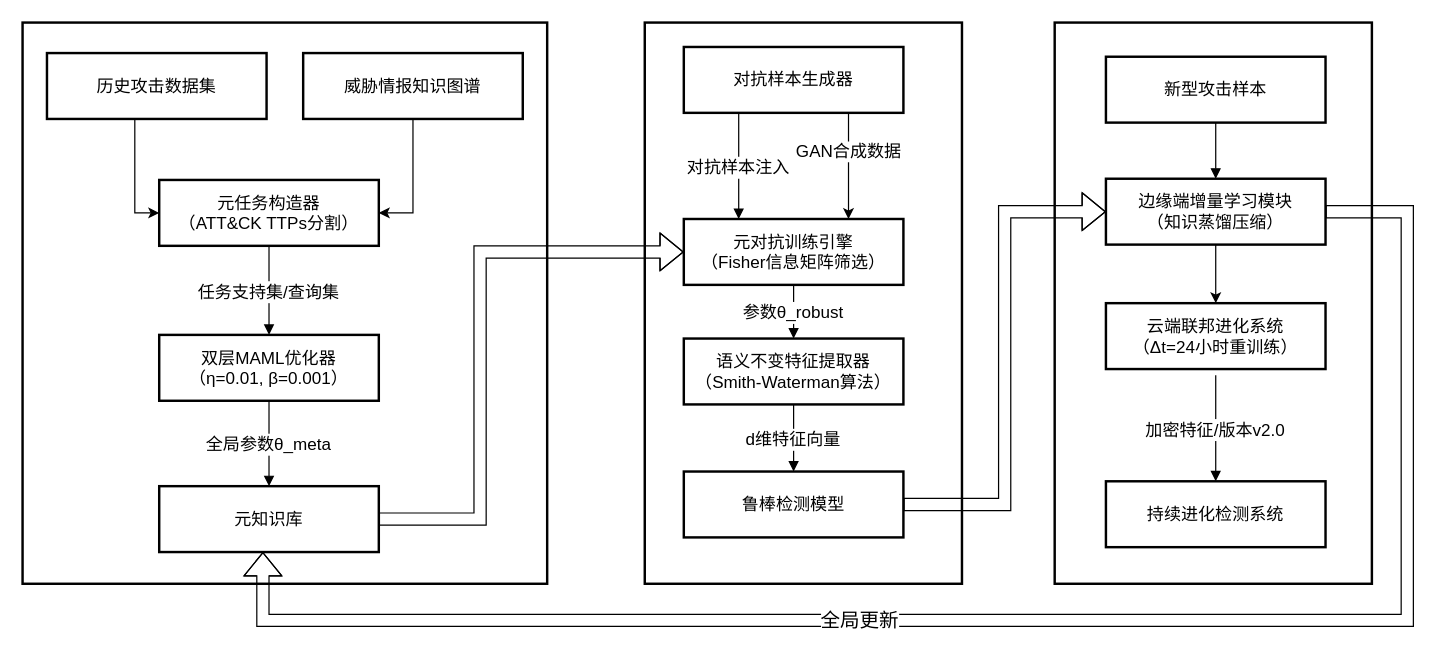
Before: 元学习动态检测模型.drawio in shanhuaV/shanhuaV.github.io, a draw.io diagram. Source tidied: cells renumbered, new cells numbered last; positions are measured from the earlier drawing's top-left corner, leaving out a move shared by most shapes. Both pictures are drawn from the tidied source at 122%, with x=0, y=0 at pixel (22, 22).
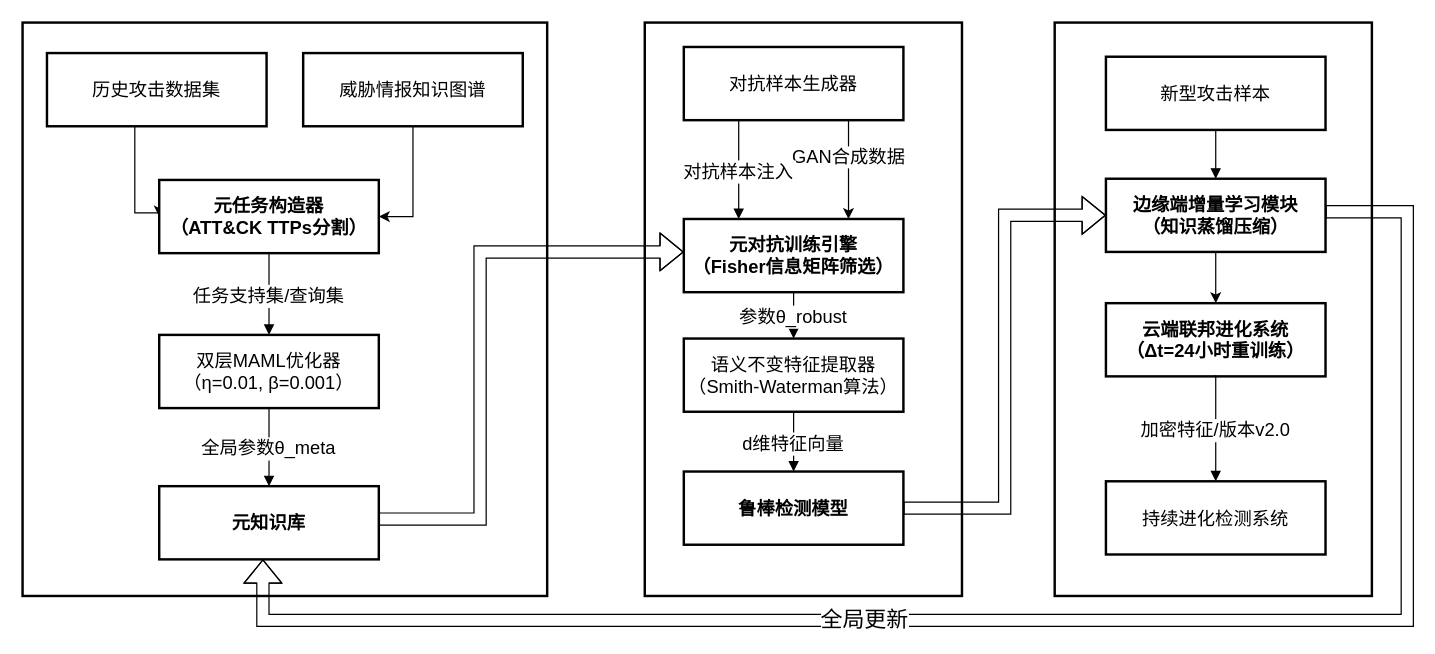
Above is the later version.

Commit message:
更新元学习动态检测模型.drawio

Diff of the diagram source:
```diff
@@
-    <mxCell id="2" style="whiteSpace=wrap;strokeWidth=2;fontSize=14;" parent="1" vertex="1">
-      <mxGeometry x="846" width="260" height="460" as="geometry" />
+    <mxCell id="2" style="whiteSpace=wrap;strokeWidth=2;fontSize=15;" parent="1" vertex="1">
+      <mxGeometry x="846" width="260" height="470" as="geometry" />
     </mxCell>
-    <mxCell id="3" style="whiteSpace=wrap;strokeWidth=2;fontSize=14;" parent="1" vertex="1">
-      <mxGeometry x="510" width="260" height="460" as="geometry" />
+    <mxCell id="3" style="whiteSpace=wrap;strokeWidth=2;fontSize=15;" parent="1" vertex="1">
+      <mxGeometry x="510" width="260" height="470" as="geometry" />
     </mxCell>
-    <mxCell id="4" style="whiteSpace=wrap;strokeWidth=2;fontSize=14;" parent="1" vertex="1">
-      <mxGeometry width="430" height="460" as="geometry" />
+    <mxCell id="4" style="whiteSpace=wrap;strokeWidth=2;fontSize=15;" parent="1" vertex="1">
+      <mxGeometry width="430" height="470" as="geometry" />
     </mxCell>
-    <mxCell id="5" style="edgeStyle=orthogonalEdgeStyle;rounded=0;jettySize=auto;html=1;entryX=0;entryY=0.5;entryDx=0;entryDy=0;fontSize=14;" parent="1" edge="1" source="6" target="7">
+    <mxCell id="5" style="edgeStyle=orthogonalEdgeStyle;rounded=0;jettySize=auto;html=1;entryX=0;entryY=0.5;entryDx=0;entryDy=0;fontSize=15;" parent="1" edge="1" source="6" target="7">
       <mxGeometry relative="1" as="geometry">
         <Array as="points">
           <mxPoint x="92" y="156" />
         </Array>
       </mxGeometry>
     </mxCell>
-    <mxCell id="6" value="历史攻击数据集" style="whiteSpace=wrap;strokeWidth=2;fontSize=14;" parent="1" vertex="1">
-      <mxGeometry x="20" y="25" width="180" height="54" as="geometry" />
+    <mxCell id="6" value="历史攻击数据集" style="whiteSpace=wrap;strokeWidth=2;fontSize=15;" parent="1" vertex="1">
+      <mxGeometry x="20" y="25" width="180" height="60" as="geometry" />
     </mxCell>
-    <mxCell id="7" value="元任务构造器&#10;（ATT&amp;CK TTPs分割）" style="whiteSpace=wrap;strokeWidth=2;fontSize=14;" parent="1" vertex="1">
-      <mxGeometry x="112" y="129" width="180" height="54" as="geometry" />
+    <mxCell id="7" value="元任务构造器&#10;（ATT&amp;CK TTPs分割）" style="whiteSpace=wrap;strokeWidth=2;fontSize=15;fontStyle=1;" parent="1" vertex="1">
+      <mxGeometry x="112" y="129" width="180" height="60" as="geometry" />
     </mxCell>
-    <mxCell id="8" style="edgeStyle=orthogonalEdgeStyle;rounded=0;jettySize=auto;html=1;entryX=1;entryY=0.5;entryDx=0;entryDy=0;fontSize=14;" parent="1" edge="1" source="9" target="7">
+    <mxCell id="8" style="edgeStyle=orthogonalEdgeStyle;rounded=0;jettySize=auto;html=1;entryX=1;entryY=0.5;entryDx=0;entryDy=0;fontSize=15;" parent="1" edge="1" source="9" target="7">
       <mxGeometry relative="1" as="geometry" />
     </mxCell>
-    <mxCell id="9" value="威胁情报知识图谱" style="whiteSpace=wrap;strokeWidth=2;fontSize=14;" parent="1" vertex="1">
-      <mxGeometry x="230" y="25" width="180" height="54" as="geometry" />
+    <mxCell id="9" value="威胁情报知识图谱" style="whiteSpace=wrap;strokeWidth=2;fontSize=15;" parent="1" vertex="1">
+      <mxGeometry x="230" y="25" width="180" height="60" as="geometry" />
     </mxCell>
-    <mxCell id="10" value="双层MAML优化器&#10;（η=0.01, β=0.001）" style="whiteSpace=wrap;strokeWidth=2;fontSize=14;" parent="1" vertex="1">
-      <mxGeometry x="112" y="256" width="180" height="54" as="geometry" />
+    <mxCell id="10" value="双层MAML优化器&#10;（η=0.01, β=0.001）" style="whiteSpace=wrap;strokeWidth=2;fontSize=15;" parent="1" vertex="1">
+      <mxGeometry x="112" y="256" width="180" height="60" as="geometry" />
     </mxCell>
-    <mxCell id="11" style="edgeStyle=orthogonalEdgeStyle;rounded=0;jettySize=auto;html=1;entryX=0;entryY=0.5;entryDx=0;entryDy=0;shape=flexArrow;fontSize=14;" parent="1" edge="1" source="12" target="13">
+    <mxCell id="11" style="edgeStyle=orthogonalEdgeStyle;rounded=0;jettySize=auto;html=1;shape=flexArrow;fontSize=15;" parent="1" edge="1" source="12" target="13">
       <mxGeometry relative="1" as="geometry">
         <Array as="points">
           <mxPoint x="375" y="407" />
           <mxPoint x="375" y="188" />
         </Array>
       </mxGeometry>
     </mxCell>
-    <mxCell id="12" value="元知识库" style="whiteSpace=wrap;strokeWidth=2;fontSize=14;" parent="1" vertex="1">
-      <mxGeometry x="112" y="380" width="180" height="54" as="geometry" />
+    <mxCell id="12" value="元知识库" style="whiteSpace=wrap;strokeWidth=2;fontSize=15;fontStyle=1;" parent="1" vertex="1">
+      <mxGeometry x="112" y="380" width="180" height="60" as="geometry" />
     </mxCell>
-    <mxCell id="13" value="元对抗训练引擎&#10;（Fisher信息矩阵筛选）" style="whiteSpace=wrap;strokeWidth=2;fontSize=14;" parent="1" vertex="1">
-      <mxGeometry x="542" y="161" width="180" height="54" as="geometry" />
+    <mxCell id="13" value="元对抗训练引擎&#10;（Fisher信息矩阵筛选）" style="whiteSpace=wrap;strokeWidth=2;fontSize=15;fontStyle=1;" parent="1" vertex="1">
+      <mxGeometry x="542" y="161" width="180" height="60" as="geometry" />
     </mxCell>
-    <mxCell id="14" style="edgeStyle=orthogonalEdgeStyle;rounded=0;jettySize=auto;html=1;entryX=0.75;entryY=0;entryDx=0;entryDy=0;exitX=0.75;exitY=1;exitDx=0;exitDy=0;fontSize=14;" parent="1" edge="1" source="16" target="13">
+    <mxCell id="14" style="edgeStyle=orthogonalEdgeStyle;rounded=0;jettySize=auto;html=1;entryX=0.75;entryY=0;entryDx=0;entryDy=0;exitX=0.75;exitY=1;exitDx=0;exitDy=0;fontSize=15;" parent="1" edge="1" source="16" target="13">
       <mxGeometry relative="1" as="geometry" />
     </mxCell>
-    <mxCell id="15" value="GAN合成数据" style="edgeLabel;html=1;align=center;verticalAlign=middle;fontSize=14;" parent="14" vertex="1">
+    <mxCell id="15" value="GAN合成数据" style="edgeLabel;html=1;align=center;verticalAlign=middle;fontSize=15;" parent="14" vertex="1">
       <mxGeometry x="-0.28" y="-1" relative="1" as="geometry" />
     </mxCell>
-    <mxCell id="16" value="对抗样本生成器" style="whiteSpace=wrap;strokeWidth=2;fontSize=14;" parent="1" vertex="1">
-      <mxGeometry x="542" y="20" width="180" height="54" as="geometry" />
+    <mxCell id="16" value="对抗样本生成器" style="whiteSpace=wrap;strokeWidth=2;fontSize=15;" parent="1" vertex="1">
+      <mxGeometry x="542" y="20" width="180" height="60" as="geometry" />
     </mxCell>
-    <mxCell id="17" value="语义不变特征提取器&#10;（Smith-Waterman算法）" style="whiteSpace=wrap;strokeWidth=2;fontSize=14;" parent="1" vertex="1">
-      <mxGeometry x="542" y="259" width="180" height="54" as="geometry" />
+    <mxCell id="17" value="语义不变特征提取器&#10;（Smith-Waterman算法）" style="whiteSpace=wrap;strokeWidth=2;fontSize=15;" parent="1" vertex="1">
+      <mxGeometry x="542" y="259" width="180" height="60" as="geometry" />
     </mxCell>
-    <mxCell id="18" style="edgeStyle=orthogonalEdgeStyle;rounded=0;jettySize=auto;html=1;entryX=0;entryY=0.5;entryDx=0;entryDy=0;shape=flexArrow;fontSize=14;" parent="1" edge="1" source="19" target="24">
+    <mxCell id="18" style="edgeStyle=orthogonalEdgeStyle;rounded=0;jettySize=auto;html=1;entryX=0;entryY=0.5;entryDx=0;entryDy=0;shape=flexArrow;fontSize=15;" parent="1" edge="1" source="19" target="24">
       <mxGeometry relative="1" as="geometry" />
     </mxCell>
-    <mxCell id="19" value="鲁棒检测模型" style="whiteSpace=wrap;strokeWidth=2;fontSize=14;" parent="1" vertex="1">
-      <mxGeometry x="542" y="368" width="180" height="54" as="geometry" />
+    <mxCell id="19" value="鲁棒检测模型" style="whiteSpace=wrap;strokeWidth=2;fontSize=15;fontStyle=1;" parent="1" vertex="1">
+      <mxGeometry x="542" y="368" width="180" height="60" as="geometry" />
     </mxCell>
-    <mxCell id="20" value="新型攻击样本" style="whiteSpace=wrap;strokeWidth=2;fontSize=14;" parent="1" vertex="1">
-      <mxGeometry x="888" y="28" width="180" height="54" as="geometry" />
+    <mxCell id="20" value="新型攻击样本" style="whiteSpace=wrap;strokeWidth=2;fontSize=15;" parent="1" vertex="1">
+      <mxGeometry x="888" y="28" width="180" height="60" as="geometry" />
     </mxCell>
-    <mxCell id="21" style="edgeStyle=orthogonalEdgeStyle;rounded=0;jettySize=auto;html=1;entryX=0.5;entryY=0;entryDx=0;entryDy=0;fontSize=14;" parent="1" edge="1" source="24" target="25">
+    <mxCell id="21" style="edgeStyle=orthogonalEdgeStyle;rounded=0;jettySize=auto;html=1;entryX=0.5;entryY=0;entryDx=0;entryDy=0;fontSize=15;" parent="1" edge="1" source="24" target="25">
       <mxGeometry relative="1" as="geometry" />
     </mxCell>
-    <mxCell id="22" style="edgeStyle=orthogonalEdgeStyle;rounded=0;jettySize=auto;html=1;shape=flexArrow;fontSize=14;" parent="1" edge="1" source="24" target="12">
+    <mxCell id="22" style="edgeStyle=orthogonalEdgeStyle;rounded=0;jettySize=auto;html=1;shape=flexArrow;fontSize=15;" parent="1" edge="1" source="24" target="12">
       <mxGeometry relative="1" as="geometry">
         <Array as="points">
           <mxPoint x="1135" y="155" />
           <mxPoint x="1135" y="490" />
           <mxPoint x="197" y="490" />
         </Array>
       </mxGeometry>
     </mxCell>
-    <mxCell id="23" value="全局更新" style="edgeLabel;html=1;align=center;verticalAlign=middle;fontSize=16;" parent="22" vertex="1">
+    <mxCell id="23" value="全局更新" style="edgeLabel;html=1;align=center;verticalAlign=middle;fontSize=18;" parent="22" vertex="1">
       <mxGeometry x="0.22" y="-1" relative="1" as="geometry" />
     </mxCell>
-    <mxCell id="24" value="边缘端增量学习模块&#10;（知识蒸馏压缩）" style="whiteSpace=wrap;strokeWidth=2;fontSize=14;" parent="1" vertex="1">
-      <mxGeometry x="888" y="128" width="180" height="54" as="geometry" />
+    <mxCell id="24" value="边缘端增量学习模块&#10;（知识蒸馏压缩）" style="whiteSpace=wrap;strokeWidth=2;fontSize=15;fontStyle=1;" parent="1" vertex="1">
+      <mxGeometry x="888" y="128" width="180" height="60" as="geometry" />
     </mxCell>
-    <mxCell id="25" value="云端联邦进化系统&#10;（Δt=24小时重训练）" style="whiteSpace=wrap;strokeWidth=2;fontSize=14;" parent="1" vertex="1">
-      <mxGeometry x="888" y="230" width="180" height="54" as="geometry" />
+    <mxCell id="25" value="云端联邦进化系统&#10;（Δt=24小时重训练）" style="whiteSpace=wrap;strokeWidth=2;fontSize=15;fontStyle=1;" parent="1" vertex="1">
+      <mxGeometry x="888" y="230" width="180" height="60" as="geometry" />
     </mxCell>
-    <mxCell id="26" value="持续进化检测系统" style="whiteSpace=wrap;strokeWidth=2;fontSize=14;" parent="1" vertex="1">
-      <mxGeometry x="888" y="376" width="180" height="54" as="geometry" />
+    <mxCell id="26" value="持续进化检测系统" style="whiteSpace=wrap;strokeWidth=2;fontSize=15;" parent="1" vertex="1">
+      <mxGeometry x="888" y="376" width="180" height="60" as="geometry" />
     </mxCell>
-    <mxCell id="27" style="whiteSpace=wrap;strokeWidth=2;fontSize=14;" parent="1" vertex="1">
+    <mxCell id="27" style="whiteSpace=wrap;strokeWidth=2;fontSize=15;" parent="1" vertex="1">
       <mxGeometry x="63" y="283" as="geometry" />
     </mxCell>
-    <mxCell id="28" style="whiteSpace=wrap;strokeWidth=2;fontSize=14;" parent="1" vertex="1">
+    <mxCell id="28" style="whiteSpace=wrap;strokeWidth=2;fontSize=15;" parent="1" vertex="1">
       <mxGeometry x="11" y="434" as="geometry" />
     </mxCell>
-    <mxCell id="29" style="whiteSpace=wrap;strokeWidth=2;fontSize=14;" parent="1" vertex="1">
+    <mxCell id="29" style="whiteSpace=wrap;strokeWidth=2;fontSize=15;" parent="1" vertex="1">
       <mxGeometry x="247" y="434" as="geometry" />
     </mxCell>
-    <mxCell id="30" style="whiteSpace=wrap;strokeWidth=2;fontSize=14;" parent="1" vertex="1">
+    <mxCell id="30" style="whiteSpace=wrap;strokeWidth=2;fontSize=15;" parent="1" vertex="1">
       <mxGeometry x="501" y="313" as="geometry" />
     </mxCell>
-    <mxCell id="31" style="whiteSpace=wrap;strokeWidth=2;fontSize=14;" parent="1" vertex="1">
-      <mxGeometry x="460" y="464" as="geometry" />
-    </mxCell>
-    <mxCell id="32" style="whiteSpace=wrap;strokeWidth=2;fontSize=14;" parent="1" vertex="1">
+    <mxCell id="32" style="whiteSpace=wrap;strokeWidth=2;fontSize=15;" parent="1" vertex="1">
       <mxGeometry x="690" y="464" as="geometry" />
     </mxCell>
-    <mxCell id="33" style="whiteSpace=wrap;strokeWidth=2;fontSize=14;" parent="1" vertex="1">
+    <mxCell id="33" style="whiteSpace=wrap;strokeWidth=2;fontSize=15;" parent="1" vertex="1">
       <mxGeometry x="837" y="331" as="geometry" />
     </mxCell>
-    <mxCell id="34" style="whiteSpace=wrap;strokeWidth=2;fontSize=14;" parent="1" vertex="1">
+    <mxCell id="34" style="whiteSpace=wrap;strokeWidth=2;fontSize=15;" parent="1" vertex="1">
       <mxGeometry x="825" y="457" as="geometry" />
     </mxCell>
-    <mxCell id="35" style="whiteSpace=wrap;strokeWidth=2;fontSize=14;" parent="1" vertex="1">
+    <mxCell id="35" style="whiteSpace=wrap;strokeWidth=2;fontSize=15;" parent="1" vertex="1">
       <mxGeometry x="990" y="457" as="geometry" />
     </mxCell>
-    <mxCell id="36" value="任务支持集/查询集" style="startArrow=none;endArrow=block;exitX=0.5;exitY=1;entryX=0.5;entryY=-0.01;rounded=0;exitDx=0;exitDy=0;fontSize=14;" parent="1" edge="1" source="7" target="10">
+    <mxCell id="36" value="任务支持集/查询集" style="startArrow=none;endArrow=block;exitX=0.5;exitY=1;entryX=0.5;entryY=-0.01;rounded=0;exitDx=0;exitDy=0;fontSize=15;" parent="1" edge="1" source="7" target="10">
       <mxGeometry relative="1" as="geometry" />
     </mxCell>
-    <mxCell id="37" value="全局参数θ_meta" style="startArrow=none;endArrow=block;exitX=0.5;exitY=1;entryX=0.5;entryY=0.01;rounded=0;exitDx=0;exitDy=0;fontSize=14;" parent="1" edge="1" source="10" target="12">
+    <mxCell id="37" value="全局参数θ_meta" style="startArrow=none;endArrow=block;exitX=0.5;exitY=1;entryX=0.5;entryY=0.01;rounded=0;exitDx=0;exitDy=0;fontSize=15;" parent="1" edge="1" source="10" target="12">
       <mxGeometry relative="1" as="geometry" />
     </mxCell>
-    <mxCell id="38" value="参数θ_robust" style="startArrow=none;endArrow=block;exitX=0.5;exitY=1;entryX=0.5;entryY=-0.01;rounded=0;exitDx=0;exitDy=0;fontSize=14;" parent="1" edge="1" source="13" target="17">
+    <mxCell id="38" value="参数θ_robust" style="startArrow=none;endArrow=block;exitX=0.5;exitY=1;entryX=0.5;entryY=-0.01;rounded=0;exitDx=0;exitDy=0;fontSize=15;" parent="1" edge="1" source="13" target="17">
       <mxGeometry relative="1" as="geometry" />
     </mxCell>
-    <mxCell id="39" value="d维特征向量" style="startArrow=none;endArrow=block;exitX=0.5;exitY=1;entryX=0.5;entryY=0.01;rounded=0;exitDx=0;exitDy=0;fontSize=14;" parent="1" edge="1" source="17" target="19">
+    <mxCell id="39" value="d维特征向量" style="startArrow=none;endArrow=block;exitX=0.5;exitY=1;entryX=0.5;entryY=0.01;rounded=0;exitDx=0;exitDy=0;fontSize=15;" parent="1" edge="1" source="17" target="19">
       <mxGeometry relative="1" as="geometry" />
     </mxCell>
-    <mxCell id="40" style="curved=1;startArrow=none;endArrow=block;exitX=0.5;exitY=1.01;entryX=0.5;entryY=0;rounded=0;fontSize=14;" parent="1" edge="1" source="20" target="24">
+    <mxCell id="40" style="curved=1;startArrow=none;endArrow=block;exitX=0.5;exitY=1.01;entryX=0.5;entryY=0;rounded=0;fontSize=15;" parent="1" edge="1" source="20" target="24">
       <mxGeometry relative="1" as="geometry" />
     </mxCell>
-    <mxCell id="41" value="加密特征/版本v2.0" style="startArrow=none;endArrow=block;entryX=0.5;entryY=0.01;rounded=0;fontSize=14;" parent="1" edge="1" target="26">
+    <mxCell id="41" value="加密特征/版本v2.0" style="startArrow=none;endArrow=block;entryX=0.5;entryY=0.01;rounded=0;fontSize=15;" parent="1" edge="1" target="26">
       <mxGeometry relative="1" as="geometry">
         <mxPoint x="978" y="289" as="sourcePoint" />
       </mxGeometry>
     </mxCell>
-    <mxCell id="42" value="对抗样本注入" style="startArrow=none;endArrow=block;exitX=0.25;exitY=1;entryX=0.25;entryY=0;rounded=0;exitDx=0;exitDy=0;entryDx=0;entryDy=0;fontSize=14;" parent="1" edge="1" source="16" target="13">
+    <mxCell id="42" value="对抗样本注入" style="startArrow=none;endArrow=block;exitX=0.25;exitY=1;entryX=0.25;entryY=0;rounded=0;exitDx=0;exitDy=0;entryDx=0;entryDy=0;fontSize=15;" parent="1" edge="1" source="16" target="13">
       <mxGeometry relative="1" as="geometry" />
     </mxCell>
```
